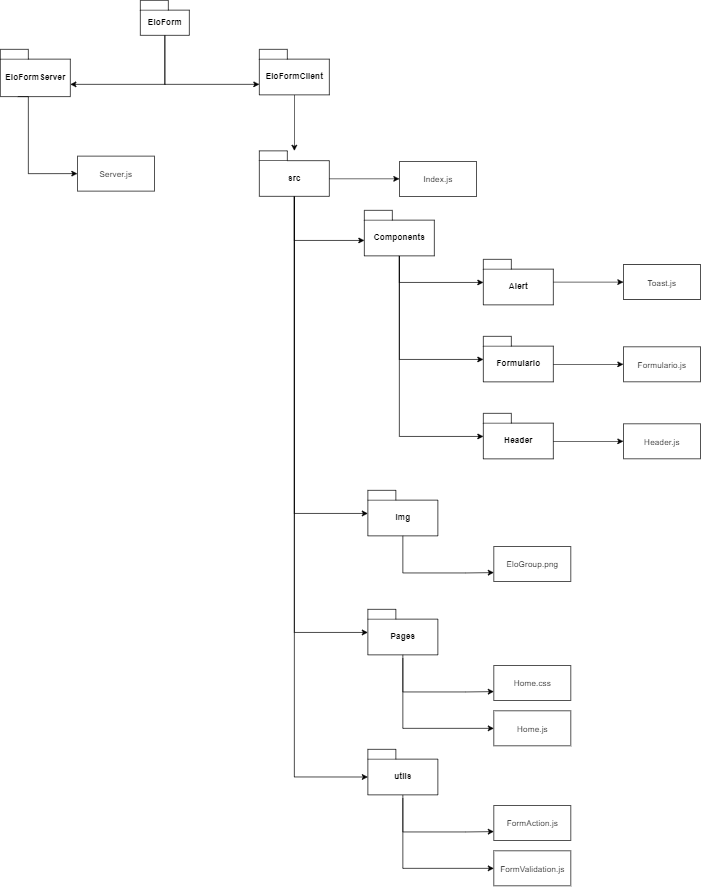
Above: Hierarquia.png in LuisaFC/EloForm (draw.io), before the change. Source tidied: cells renumbered, new cells last; positions are measured from the earlier drawing's top-left corner, leaving out a move shared by most shapes.
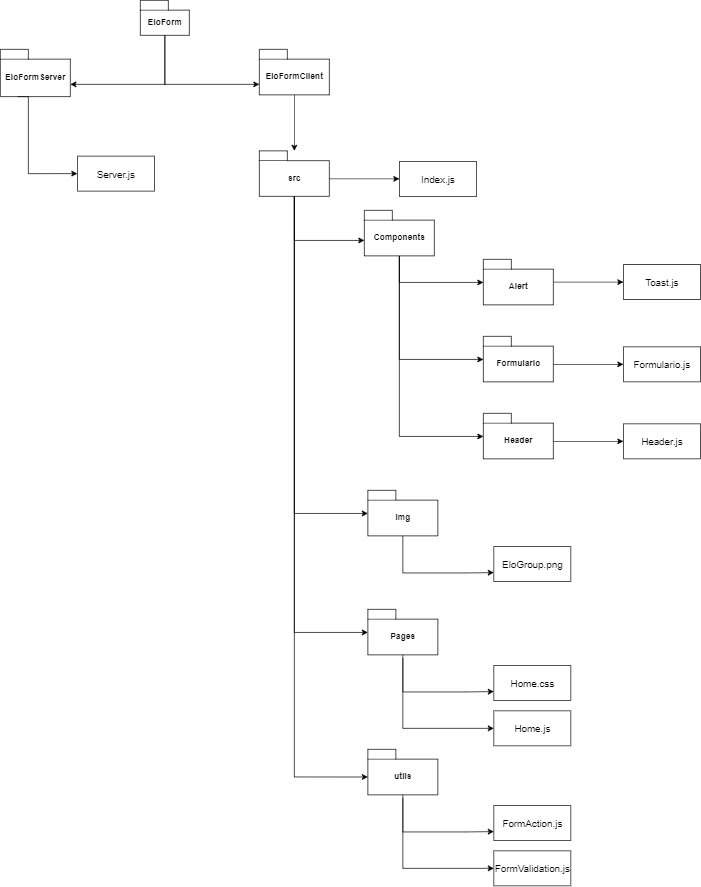
After the commit.

Commit message:
hierarquia atualizada

What changed in the source:
```diff
@@ -121,16 +121,16 @@
         </Array>
       </mxGeometry>
     </mxCell>
-    <mxCell id="26" value="FormAction.js" style="html=1;" parent="1" vertex="1">
+    <mxCell id="26" value="&lt;font style=&quot;font-size: 14px&quot;&gt;FormAction.js&lt;/font&gt;" style="html=1;" parent="1" vertex="1">
       <mxGeometry x="705" y="1150" width="110" height="50" as="geometry" />
     </mxCell>
-    <mxCell id="27" value="FormValidation.js" style="html=1;" parent="1" vertex="1">
+    <mxCell id="27" value="&lt;font style=&quot;font-size: 14px&quot;&gt;FormValidation.js&lt;/font&gt;" style="html=1;" parent="1" vertex="1">
       <mxGeometry x="705" y="1215" width="110" height="50" as="geometry" />
     </mxCell>
-    <mxCell id="28" value="Home.css" style="html=1;" parent="1" vertex="1">
+    <mxCell id="28" value="&lt;font style=&quot;font-size: 14px&quot;&gt;Home.css&lt;/font&gt;" style="html=1;" parent="1" vertex="1">
       <mxGeometry x="705" y="950" width="110" height="50" as="geometry" />
     </mxCell>
-    <mxCell id="29" value="Home.js" style="html=1;" parent="1" vertex="1">
+    <mxCell id="29" value="&lt;font style=&quot;font-size: 14px&quot;&gt;Home.js&lt;/font&gt;" style="html=1;" parent="1" vertex="1">
       <mxGeometry x="705" y="1015" width="110" height="50" as="geometry" />
     </mxCell>
     <mxCell id="30" style="edgeStyle=orthogonalEdgeStyle;rounded=0;orthogonalLoop=1;jettySize=auto;html=1;entryX=0;entryY=0.75;entryDx=0;entryDy=0;" parent="1" edge="1">
@@ -152,7 +152,7 @@
         </Array>
       </mxGeometry>
     </mxCell>
-    <mxCell id="32" value="EloGroup.png" style="html=1;" parent="1" vertex="1">
+    <mxCell id="32" value="&lt;font style=&quot;font-size: 14px&quot;&gt;EloGroup.png&lt;/font&gt;" style="html=1;" parent="1" vertex="1">
       <mxGeometry x="705" y="780" width="110" height="50" as="geometry" />
     </mxCell>
     <mxCell id="33" style="edgeStyle=orthogonalEdgeStyle;rounded=0;orthogonalLoop=1;jettySize=auto;html=1;entryX=0;entryY=0.75;entryDx=0;entryDy=0;" parent="1" edge="1">
@@ -165,7 +165,7 @@
         </Array>
       </mxGeometry>
     </mxCell>
-    <mxCell id="34" value="Toast.js" style="html=1;" parent="1" vertex="1">
+    <mxCell id="34" value="&lt;font style=&quot;font-size: 14px&quot;&gt;Toast.js&lt;/font&gt;" style="html=1;" parent="1" vertex="1">
       <mxGeometry x="890" y="377.5" width="110" height="50" as="geometry" />
     </mxCell>
     <mxCell id="35" style="edgeStyle=orthogonalEdgeStyle;rounded=0;jettySize=auto;html=1;entryX=0;entryY=0.5;entryDx=0;entryDy=0;" parent="1" edge="1" target="36">
@@ -173,7 +173,7 @@
         <mxPoint x="790" y="630" as="sourcePoint" />
       </mxGeometry>
     </mxCell>
-    <mxCell id="36" value="Header.js" style="html=1;" parent="1" vertex="1">
+    <mxCell id="36" value="&lt;font style=&quot;font-size: 14px&quot;&gt;Header.js&lt;/font&gt;" style="html=1;" parent="1" vertex="1">
       <mxGeometry x="890" y="605" width="110" height="50" as="geometry" />
     </mxCell>
     <mxCell id="37" style="edgeStyle=orthogonalEdgeStyle;rounded=0;jettySize=auto;html=1;entryX=0;entryY=0.5;entryDx=0;entryDy=0;" parent="1" edge="1" target="38">
@@ -181,7 +181,7 @@
         <mxPoint x="790" y="520" as="sourcePoint" />
       </mxGeometry>
     </mxCell>
-    <mxCell id="38" value="Formulario.js" style="html=1;" parent="1" vertex="1">
+    <mxCell id="38" value="&lt;font style=&quot;font-size: 14px&quot;&gt;Formulario.js&lt;/font&gt;" style="html=1;" parent="1" vertex="1">
       <mxGeometry x="890" y="495" width="110" height="50" as="geometry" />
     </mxCell>
     <mxCell id="39" style="edgeStyle=orthogonalEdgeStyle;rounded=0;jettySize=auto;html=1;entryX=0;entryY=0.5;entryDx=0;entryDy=0;" parent="1" edge="1" target="40">
@@ -189,7 +189,7 @@
         <mxPoint x="470" y="255" as="sourcePoint" />
       </mxGeometry>
     </mxCell>
-    <mxCell id="40" value="Index.js" style="html=1;" parent="1" vertex="1">
+    <mxCell id="40" value="&lt;font style=&quot;font-size: 14px&quot;&gt;Index.js&lt;/font&gt;" style="html=1;" parent="1" vertex="1">
       <mxGeometry x="570" y="230" width="110" height="50" as="geometry" />
     </mxCell>
     <mxCell id="41" style="edgeStyle=orthogonalEdgeStyle;rounded=0;jettySize=auto;html=1;entryX=0;entryY=0.5;entryDx=0;entryDy=0;exitX=0.25;exitY=1;exitDx=0;exitDy=0;exitPerimeter=0;" parent="1" edge="1" source="24" target="42">
@@ -200,7 +200,7 @@
         </Array>
       </mxGeometry>
     </mxCell>
-    <mxCell id="42" value="Server.js" style="html=1;" parent="1" vertex="1">
+    <mxCell id="42" value="&lt;font style=&quot;font-size: 14px&quot;&gt;Server.js&lt;/font&gt;" style="html=1;" parent="1" vertex="1">
       <mxGeometry x="110" y="222.5" width="110" height="50" as="geometry" />
     </mxCell>
   </root>
```
